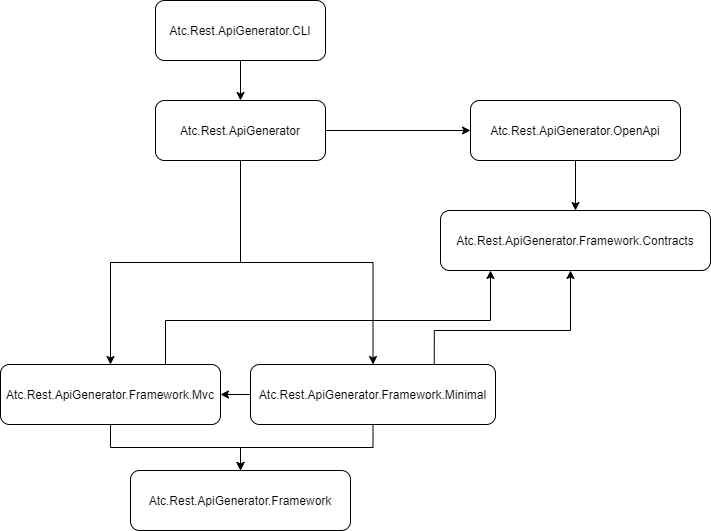
Above: docs/architecture.png in atc-net/atc-rest-api-generator (draw.io), before the change. Source tidied: cells renumbered, new cells last; positions are measured from the earlier drawing's top-left corner, leaving out a move shared by most shapes.
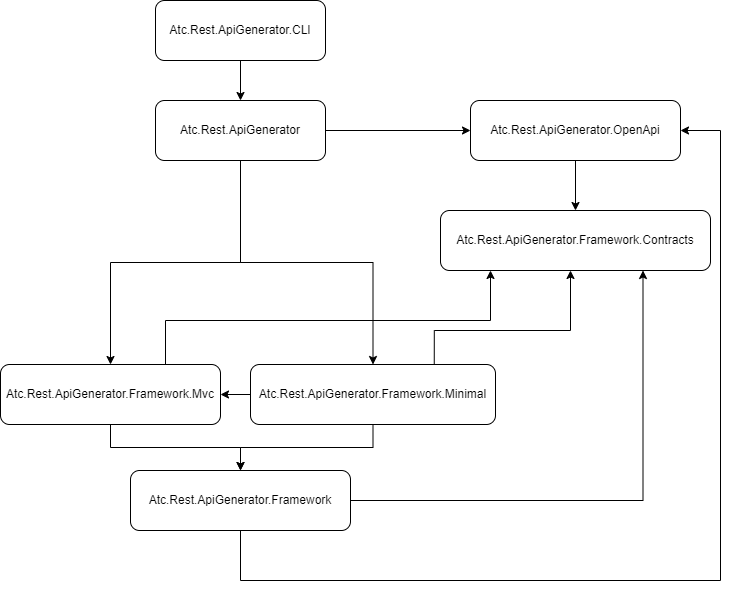
The same file after the commit.

Change to the diagram source:
```diff
@@ -55,6 +55,18 @@
     <mxCell id="14" value="Atc.Rest.ApiGenerator.Framework.Minimal" style="rounded=1;whiteSpace=wrap;html=1;" parent="1" vertex="1">
       <mxGeometry x="250" y="364" width="245" height="60" as="geometry" />
     </mxCell>
+    <mxCell id="19" style="edgeStyle=orthogonalEdgeStyle;rounded=0;jettySize=auto;html=1;entryX=0.75;entryY=1;entryDx=0;entryDy=0;" parent="1" edge="1" source="15" target="16">
+      <mxGeometry relative="1" as="geometry" />
+    </mxCell>
+    <mxCell id="20" style="edgeStyle=orthogonalEdgeStyle;rounded=0;jettySize=auto;html=1;entryX=1;entryY=0.5;entryDx=0;entryDy=0;" parent="1" edge="1" source="15" target="18">
+      <mxGeometry relative="1" as="geometry">
+        <Array as="points">
+          <mxPoint x="240" y="580" />
+          <mxPoint x="720" y="580" />
+          <mxPoint x="720" y="130" />
+        </Array>
+      </mxGeometry>
+    </mxCell>
     <mxCell id="15" value="Atc.Rest.ApiGenerator.Framework" style="rounded=1;whiteSpace=wrap;html=1;" parent="1" vertex="1">
       <mxGeometry x="130" y="470" width="220" height="60" as="geometry" />
     </mxCell>
```
